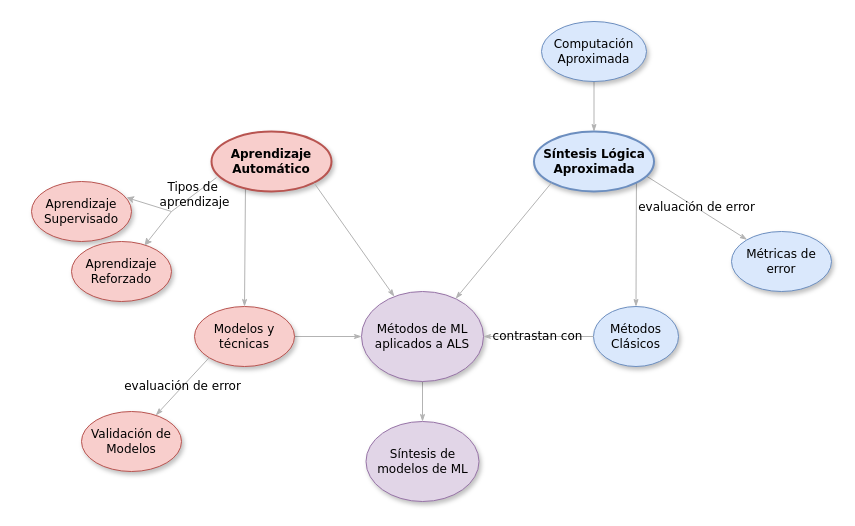
Above: informe final/imágenes/Mapa teórico conceptual.drawio in zkwinkle/TFG (draw.io), before the change. Source tidied: cells renumbered, new cells numbered last; positions are measured from the earlier drawing's top-left corner, leaving out a move shared by most shapes. Both pictures are drawn from the tidied source at 100%, with x=0, y=0 at pixel (31, 21).
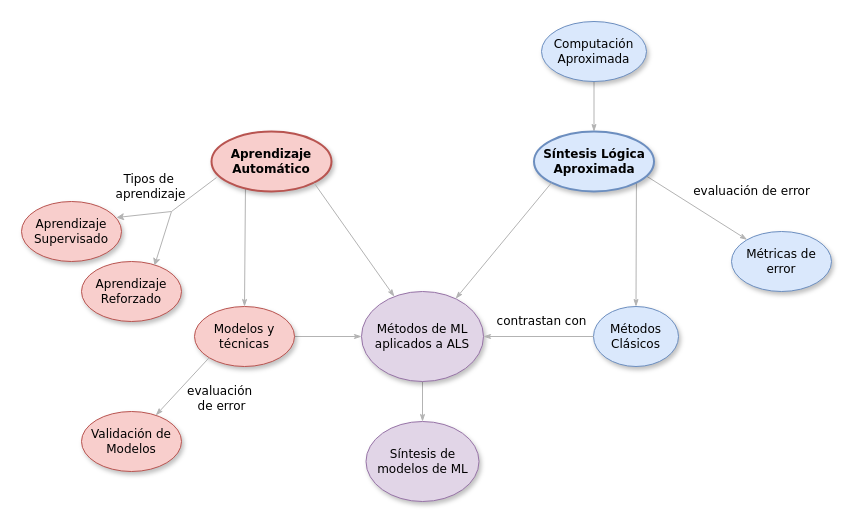
The same page after the edit.

Commit message (it also covers changes not shown here):
Arreglar diagrama general de marco teórico

Unchanged cells that the change refers to:
```xml
<mxCell id="5" value="Métricas de error" style="ellipse;whiteSpace=wrap;html=1;rounded=0;shadow=1;comic=0;labelBackgroundColor=none;strokeWidth=1;fontFamily=Verdana;fontSize=12;align=center;fillColor=#dae8fc;strokeColor=#6c8ebf;" parent="1" vertex="1">
  <mxGeometry x="700" y="210" width="100" height="60" as="geometry" />
</mxCell>
<mxCell id="7" value="Métodos de ML aplicados a ALS" style="ellipse;whiteSpace=wrap;html=1;rounded=0;shadow=1;comic=0;labelBackgroundColor=none;strokeWidth=1;fontFamily=Verdana;fontSize=12;align=center;fillColor=#e1d5e7;strokeColor=#9673a6;" parent="1" vertex="1">
  <mxGeometry x="330" y="270" width="122" height="90" as="geometry" />
</mxCell>
<mxCell id="9" value="Aprendizaje Automático" style="ellipse;whiteSpace=wrap;html=1;rounded=0;shadow=1;comic=0;labelBackgroundColor=none;strokeWidth=2;fontFamily=Verdana;fontSize=12;align=center;fillColor=#f8cecc;strokeColor=#b85450;fontStyle=1;" parent="1" vertex="1">
  <mxGeometry x="180" y="110" width="120" height="60" as="geometry" />
</mxCell>
<mxCell id="12" value="Síntesis Lógica Aproximada" style="ellipse;whiteSpace=wrap;html=1;rounded=0;shadow=1;comic=0;labelBackgroundColor=none;strokeWidth=2;fontFamily=Verdana;fontSize=12;align=center;fillColor=#dae8fc;strokeColor=#6c8ebf;fontStyle=1;" parent="1" vertex="1">
  <mxGeometry x="502.5" y="110" width="120" height="60" as="geometry" />
</mxCell>
<mxCell id="13" value="Métodos Clásicos" style="ellipse;whiteSpace=wrap;html=1;rounded=0;shadow=1;comic=0;labelBackgroundColor=none;strokeWidth=1;fontFamily=Verdana;fontSize=12;align=center;fillColor=#dae8fc;strokeColor=#6c8ebf;" parent="1" vertex="1">
  <mxGeometry x="562" y="285" width="85" height="60" as="geometry" />
</mxCell>
<mxCell id="19" style="group;" parent="1" vertex="1">
  <mxGeometry x="140" y="210" as="geometry" />
</mxCell>
<mxCell id="24" value="Modelos y técnicas" style="ellipse;whiteSpace=wrap;html=1;rounded=0;shadow=1;comic=0;labelBackgroundColor=none;strokeWidth=1;fontFamily=Verdana;fontSize=12;align=center;fillColor=#f8cecc;strokeColor=#b85450;" parent="1" vertex="1">
  <mxGeometry x="163" y="285" width="100" height="60" as="geometry" />
</mxCell>
<mxCell id="26" value="Validación de Modelos" style="ellipse;whiteSpace=wrap;html=1;rounded=0;shadow=1;comic=0;labelBackgroundColor=none;strokeWidth=1;fontFamily=Verdana;fontSize=12;align=center;fillColor=#f8cecc;strokeColor=#b85450;" parent="1" vertex="1">
  <mxGeometry x="50" y="390" width="100" height="60" as="geometry" />
</mxCell>
```

The edit, as a diff of the source:
```diff
@@
     <mxCell id="2" value="evaluación de error" style="edgeStyle=none;rounded=1;html=1;labelBackgroundColor=none;startArrow=none;startFill=0;startSize=5;endArrow=classicThin;endFill=1;endSize=5;jettySize=auto;strokeColor=#B3B3B3;strokeWidth=1;fontFamily=Verdana;fontSize=12;exitX=0.929;exitY=0.733;exitDx=0;exitDy=0;exitPerimeter=0;" parent="1" edge="1" source="12" target="5">
-      <mxGeometry relative="1" as="geometry" />
+      <mxGeometry x="0.63" y="43" relative="1" as="geometry" />
     </mxCell>
@@
     <mxCell id="15" value="&lt;div&gt;contrastan con&lt;/div&gt;" style="edgeStyle=none;rounded=1;html=1;labelBackgroundColor=none;startArrow=none;startFill=0;startSize=5;endArrow=classicThin;endFill=1;endSize=5;jettySize=auto;strokeColor=#B3B3B3;strokeWidth=1;fontFamily=Verdana;fontSize=12;exitX=0;exitY=0.5;exitDx=0;exitDy=0;entryX=1;entryY=0.5;entryDx=0;entryDy=0;" parent="1" edge="1" source="13" target="7">
-      <mxGeometry x="0.01" relative="1" as="geometry" />
+      <mxGeometry x="-0.05" y="-15" relative="1" as="geometry" />
     </mxCell>
@@
     <mxCell id="17" value="Aprendizaje Supervisado" style="ellipse;whiteSpace=wrap;html=1;rounded=0;shadow=1;comic=0;labelBackgroundColor=none;strokeWidth=1;fontFamily=Verdana;fontSize=12;align=center;fillColor=#f8cecc;strokeColor=#b85450;" parent="1" vertex="1">
-      <mxGeometry y="160" width="100" height="60" as="geometry" />
+      <mxGeometry x="-10" y="180" width="100" height="60" as="geometry" />
     </mxCell>
     <mxCell id="18" value="Aprendizaje Reforzado" style="ellipse;whiteSpace=wrap;html=1;rounded=0;shadow=1;comic=0;labelBackgroundColor=none;strokeWidth=1;fontFamily=Verdana;fontSize=12;align=center;fillColor=#f8cecc;strokeColor=#b85450;" parent="1" vertex="1">
-      <mxGeometry x="40" y="220" width="100" height="60" as="geometry" />
+      <mxGeometry x="50" y="240" width="100" height="60" as="geometry" />
     </mxCell>
@@
     <mxCell id="20" value="&lt;div&gt;Tipos de&amp;nbsp;&lt;/div&gt;&lt;div&gt;aprendizaje&lt;/div&gt;" style="edgeStyle=none;rounded=1;html=1;labelBackgroundColor=none;startArrow=none;startFill=0;startSize=5;endArrow=none;endFill=1;endSize=5;jettySize=auto;strokeColor=#B3B3B3;strokeWidth=1;fontFamily=Verdana;fontSize=12;exitX=0.042;exitY=0.767;exitDx=0;exitDy=0;exitPerimeter=0;" parent="19" edge="1" source="9">
-      <mxGeometry relative="1" as="geometry">
+      <mxGeometry x="1" y="-33" relative="1" as="geometry">
         <mxPoint y="-20" as="targetPoint" />
+        <mxPoint x="-1" y="2" as="offset" />
       </mxGeometry>
     </mxCell>
@@
-    <mxCell id="25" value="evaluación de error" style="edgeStyle=none;rounded=1;html=1;labelBackgroundColor=none;startArrow=none;startFill=0;startSize=5;endArrow=classicThin;endFill=1;endSize=5;jettySize=auto;strokeColor=#B3B3B3;strokeWidth=1;fontFamily=Verdana;fontSize=12;exitX=0;exitY=1;exitDx=0;exitDy=0;" parent="1" edge="1" source="24" target="26">
-      <mxGeometry relative="1" as="geometry" />
+    <mxCell id="25" value="&lt;div&gt;evaluación&amp;nbsp;&lt;/div&gt;&lt;div&gt;de error&lt;/div&gt;" style="edgeStyle=none;rounded=1;html=1;labelBackgroundColor=none;startArrow=none;startFill=0;startSize=5;endArrow=classicThin;endFill=1;endSize=5;jettySize=auto;strokeColor=#B3B3B3;strokeWidth=1;fontFamily=Verdana;fontSize=12;exitX=0;exitY=1;exitDx=0;exitDy=0;" parent="1" edge="1" source="24" target="26">
+      <mxGeometry x="-0.45" y="37" relative="1" as="geometry" />
     </mxCell>
```
